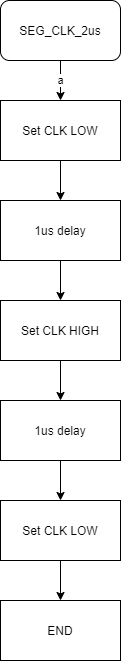
This is Lab/05-Segments/Assigment5.drawio.png from unaxlasa/Digital-electronics-2, a draw.io export, as it was before one commit. Source tidied: cells renumbered, new cells last; positions are measured from the earlier drawing's top-left corner, leaving out a move shared by most shapes.
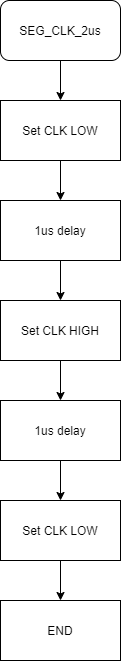
The same file after the commit.

Change to the diagram source:
```diff
@@ -2,7 +2,7 @@
   <root>
     <mxCell id="0" />
     <mxCell id="1" parent="0" />
-    <mxCell id="2" value="a" style="edgeStyle=orthogonalEdgeStyle;rounded=0;jettySize=auto;html=1;" parent="1" edge="1" source="3" target="5">
+    <mxCell id="2" style="edgeStyle=orthogonalEdgeStyle;rounded=0;jettySize=auto;html=1;" parent="1" edge="1" source="3" target="5">
       <mxGeometry relative="1" as="geometry" />
     </mxCell>
     <mxCell id="3" value="SEG_CLK_2us" style="rounded=1;whiteSpace=wrap;html=1;" parent="1" vertex="1">
```
